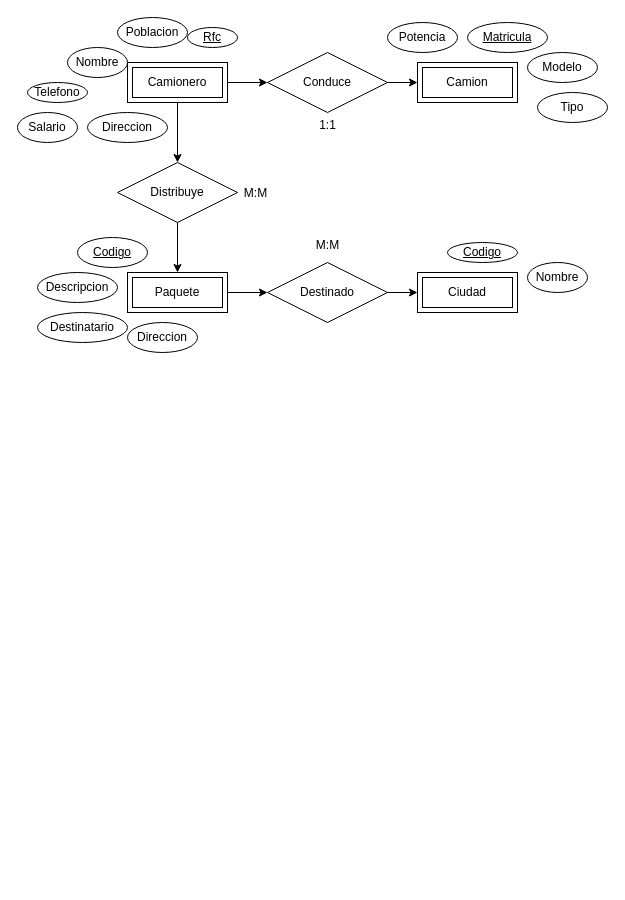
This is infotec/unoDe3.drawio from alensgamer/Infotec-Codes, a draw.io file, before an edit. Source tidied: cells renumbered, new cells numbered last; positions are measured from the earlier drawing's top-left corner, leaving out a move shared by most shapes. Both pictures are drawn from the tidied source at 100%, with x=0, y=0 at pixel (17, 17).
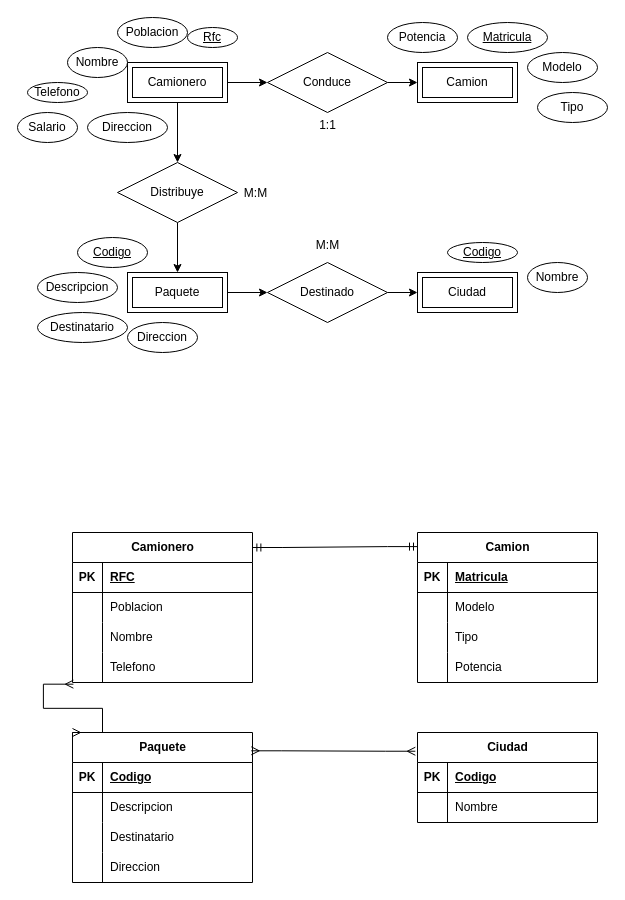
Above is the later version.

Change to the diagram source:
```diff
@@
+    <mxCell id="34" value="Paquete" style="shape=table;startSize=30;childLayout=tableLayout;rowLines=0;fontStyle=1;align=center;html=1;" parent="1" vertex="1">
+      <mxGeometry x="55" y="715" width="180" height="150" as="geometry" />
+    </mxCell>
+    <mxCell id="35" style="shape=tableRow;horizontal=0;startSize=0;swimlaneHead=0;swimlaneBody=0;fillColor=none;top=0;left=0;right=0;bottom=1;" parent="34" vertex="1">
+      <mxGeometry y="30" width="180" height="30" as="geometry" />
+    </mxCell>
+    <mxCell id="36" value="PK" style="shape=partialRectangle;fillColor=none;top=0;left=0;bottom=0;right=0;fontStyle=1;overflow=hidden;whiteSpace=wrap;html=1;" parent="35" vertex="1">
+      <mxGeometry width="30" height="30" as="geometry" />
+    </mxCell>
+    <mxCell id="37" value="Codigo" style="shape=partialRectangle;fillColor=none;top=0;left=0;bottom=0;right=0;align=left;spacingLeft=6;fontStyle=5;overflow=hidden;whiteSpace=wrap;html=1;" parent="35" vertex="1">
+      <mxGeometry x="30" width="150" height="30" as="geometry" />
+    </mxCell>
+    <mxCell id="38" style="shape=tableRow;horizontal=0;startSize=0;swimlaneHead=0;swimlaneBody=0;fillColor=none;top=0;left=0;right=0;bottom=0;" parent="34" vertex="1">
+      <mxGeometry y="60" width="180" height="30" as="geometry" />
+    </mxCell>
+    <mxCell id="39" style="shape=partialRectangle;fillColor=none;top=0;left=0;bottom=0;right=0;overflow=hidden;whiteSpace=wrap;html=1;" parent="38" vertex="1">
+      <mxGeometry width="30" height="30" as="geometry" />
+    </mxCell>
+    <mxCell id="40" value="Descripcion" style="shape=partialRectangle;fillColor=none;top=0;left=0;bottom=0;right=0;align=left;spacingLeft=6;overflow=hidden;whiteSpace=wrap;html=1;" parent="38" vertex="1">
+      <mxGeometry x="30" width="150" height="30" as="geometry" />
+    </mxCell>
+    <mxCell id="41" style="shape=tableRow;horizontal=0;startSize=0;swimlaneHead=0;swimlaneBody=0;fillColor=none;top=0;left=0;right=0;bottom=0;" parent="34" vertex="1">
+      <mxGeometry y="90" width="180" height="30" as="geometry" />
+    </mxCell>
+    <mxCell id="42" style="shape=partialRectangle;fillColor=none;top=0;left=0;bottom=0;right=0;overflow=hidden;whiteSpace=wrap;html=1;" parent="41" vertex="1">
+      <mxGeometry width="30" height="30" as="geometry" />
+    </mxCell>
+    <mxCell id="43" value="Destinatario" style="shape=partialRectangle;fillColor=none;top=0;left=0;bottom=0;right=0;align=left;spacingLeft=6;overflow=hidden;whiteSpace=wrap;html=1;" parent="41" vertex="1">
+      <mxGeometry x="30" width="150" height="30" as="geometry" />
+    </mxCell>
+    <mxCell id="44" style="shape=tableRow;horizontal=0;startSize=0;swimlaneHead=0;swimlaneBody=0;fillColor=none;top=0;left=0;right=0;bottom=0;" parent="34" vertex="1">
+      <mxGeometry y="120" width="180" height="30" as="geometry" />
+    </mxCell>
+    <mxCell id="45" style="shape=partialRectangle;fillColor=none;top=0;left=0;bottom=0;right=0;overflow=hidden;whiteSpace=wrap;html=1;" parent="44" vertex="1">
+      <mxGeometry width="30" height="30" as="geometry" />
+    </mxCell>
+    <mxCell id="46" value="Direccion" style="shape=partialRectangle;fillColor=none;top=0;left=0;bottom=0;right=0;align=left;spacingLeft=6;overflow=hidden;whiteSpace=wrap;html=1;" parent="44" vertex="1">
+      <mxGeometry x="30" width="150" height="30" as="geometry" />
+    </mxCell>
+    <mxCell id="47" value="Camion" style="shape=table;startSize=30;childLayout=tableLayout;rowLines=0;fontStyle=1;align=center;html=1;" parent="1" vertex="1">
+      <mxGeometry x="400" y="515" width="180" height="150" as="geometry" />
+    </mxCell>
+    <mxCell id="48" style="shape=tableRow;horizontal=0;startSize=0;swimlaneHead=0;swimlaneBody=0;fillColor=none;top=0;left=0;right=0;bottom=1;" parent="47" vertex="1">
+      <mxGeometry y="30" width="180" height="30" as="geometry" />
+    </mxCell>
+    <mxCell id="49" value="PK" style="shape=partialRectangle;fillColor=none;top=0;left=0;bottom=0;right=0;fontStyle=1;overflow=hidden;whiteSpace=wrap;html=1;" parent="48" vertex="1">
+      <mxGeometry width="30" height="30" as="geometry" />
+    </mxCell>
+    <mxCell id="50" value="Matricula" style="shape=partialRectangle;fillColor=none;top=0;left=0;bottom=0;right=0;align=left;spacingLeft=6;fontStyle=5;overflow=hidden;whiteSpace=wrap;html=1;" parent="48" vertex="1">
+      <mxGeometry x="30" width="150" height="30" as="geometry" />
+    </mxCell>
+    <mxCell id="51" style="shape=tableRow;horizontal=0;startSize=0;swimlaneHead=0;swimlaneBody=0;fillColor=none;top=0;left=0;right=0;bottom=0;" parent="47" vertex="1">
+      <mxGeometry y="60" width="180" height="30" as="geometry" />
+    </mxCell>
+    <mxCell id="52" style="shape=partialRectangle;fillColor=none;top=0;left=0;bottom=0;right=0;overflow=hidden;whiteSpace=wrap;html=1;" parent="51" vertex="1">
+      <mxGeometry width="30" height="30" as="geometry" />
+    </mxCell>
+    <mxCell id="53" value="Modelo" style="shape=partialRectangle;fillColor=none;top=0;left=0;bottom=0;right=0;align=left;spacingLeft=6;overflow=hidden;whiteSpace=wrap;html=1;" parent="51" vertex="1">
+      <mxGeometry x="30" width="150" height="30" as="geometry" />
+    </mxCell>
+    <mxCell id="54" style="shape=tableRow;horizontal=0;startSize=0;swimlaneHead=0;swimlaneBody=0;fillColor=none;top=0;left=0;right=0;bottom=0;" parent="47" vertex="1">
+      <mxGeometry y="90" width="180" height="30" as="geometry" />
+    </mxCell>
+    <mxCell id="55" style="shape=partialRectangle;fillColor=none;top=0;left=0;bottom=0;right=0;overflow=hidden;whiteSpace=wrap;html=1;" parent="54" vertex="1">
+      <mxGeometry width="30" height="30" as="geometry" />
+    </mxCell>
+    <mxCell id="56" value="Tipo" style="shape=partialRectangle;fillColor=none;top=0;left=0;bottom=0;right=0;align=left;spacingLeft=6;overflow=hidden;whiteSpace=wrap;html=1;" parent="54" vertex="1">
+      <mxGeometry x="30" width="150" height="30" as="geometry" />
+    </mxCell>
+    <mxCell id="57" style="shape=tableRow;horizontal=0;startSize=0;swimlaneHead=0;swimlaneBody=0;fillColor=none;top=0;left=0;right=0;bottom=0;" parent="47" vertex="1">
+      <mxGeometry y="120" width="180" height="30" as="geometry" />
+    </mxCell>
+    <mxCell id="58" style="shape=partialRectangle;fillColor=none;top=0;left=0;bottom=0;right=0;overflow=hidden;whiteSpace=wrap;html=1;" parent="57" vertex="1">
+      <mxGeometry width="30" height="30" as="geometry" />
+    </mxCell>
+    <mxCell id="59" value="Potencia" style="shape=partialRectangle;fillColor=none;top=0;left=0;bottom=0;right=0;align=left;spacingLeft=6;overflow=hidden;whiteSpace=wrap;html=1;" parent="57" vertex="1">
+      <mxGeometry x="30" width="150" height="30" as="geometry" />
+    </mxCell>
+    <mxCell id="60" value="Camionero" style="shape=table;startSize=30;childLayout=tableLayout;rowLines=0;fontStyle=1;align=center;html=1;" parent="1" vertex="1">
+      <mxGeometry x="55" y="515" width="180" height="150" as="geometry" />
+    </mxCell>
+    <mxCell id="61" style="shape=tableRow;horizontal=0;startSize=0;swimlaneHead=0;swimlaneBody=0;fillColor=none;top=0;left=0;right=0;bottom=1;" parent="60" vertex="1">
+      <mxGeometry y="30" width="180" height="30" as="geometry" />
+    </mxCell>
+    <mxCell id="62" value="PK" style="shape=partialRectangle;fillColor=none;top=0;left=0;bottom=0;right=0;fontStyle=1;overflow=hidden;whiteSpace=wrap;html=1;" parent="61" vertex="1">
+      <mxGeometry width="30" height="30" as="geometry" />
+    </mxCell>
+    <mxCell id="63" value="RFC" style="shape=partialRectangle;fillColor=none;top=0;left=0;bottom=0;right=0;align=left;spacingLeft=6;fontStyle=5;overflow=hidden;whiteSpace=wrap;html=1;" parent="61" vertex="1">
+      <mxGeometry x="30" width="150" height="30" as="geometry" />
+    </mxCell>
+    <mxCell id="64" style="shape=tableRow;horizontal=0;startSize=0;swimlaneHead=0;swimlaneBody=0;fillColor=none;top=0;left=0;right=0;bottom=0;" parent="60" vertex="1">
+      <mxGeometry y="60" width="180" height="30" as="geometry" />
+    </mxCell>
+    <mxCell id="65" style="shape=partialRectangle;fillColor=none;top=0;left=0;bottom=0;right=0;overflow=hidden;whiteSpace=wrap;html=1;" parent="64" vertex="1">
+      <mxGeometry width="30" height="30" as="geometry" />
+    </mxCell>
+    <mxCell id="66" value="Poblacion" style="shape=partialRectangle;fillColor=none;top=0;left=0;bottom=0;right=0;align=left;spacingLeft=6;overflow=hidden;whiteSpace=wrap;html=1;" parent="64" vertex="1">
+      <mxGeometry x="30" width="150" height="30" as="geometry" />
+    </mxCell>
+    <mxCell id="67" style="shape=tableRow;horizontal=0;startSize=0;swimlaneHead=0;swimlaneBody=0;fillColor=none;top=0;left=0;right=0;bottom=0;" parent="60" vertex="1">
+      <mxGeometry y="90" width="180" height="30" as="geometry" />
+    </mxCell>
+    <mxCell id="68" style="shape=partialRectangle;fillColor=none;top=0;left=0;bottom=0;right=0;overflow=hidden;whiteSpace=wrap;html=1;" parent="67" vertex="1">
+      <mxGeometry width="30" height="30" as="geometry" />
+    </mxCell>
+    <mxCell id="69" value="Nombre" style="shape=partialRectangle;fillColor=none;top=0;left=0;bottom=0;right=0;align=left;spacingLeft=6;overflow=hidden;whiteSpace=wrap;html=1;" parent="67" vertex="1">
+      <mxGeometry x="30" width="150" height="30" as="geometry" />
+    </mxCell>
+    <mxCell id="70" style="shape=tableRow;horizontal=0;startSize=0;swimlaneHead=0;swimlaneBody=0;fillColor=none;points=[[0,0.5],[1,0.5]];portConstraint=eastwest;top=0;left=0;right=0;bottom=0;" parent="60" vertex="1">
+      <mxGeometry y="120" width="180" height="30" as="geometry" />
+    </mxCell>
+    <mxCell id="71" style="shape=partialRectangle;fillColor=none;top=0;left=0;bottom=0;right=0;overflow=hidden;whiteSpace=wrap;html=1;" parent="70" vertex="1">
+      <mxGeometry width="30" height="30" as="geometry" />
+    </mxCell>
+    <mxCell id="72" value="Telefono" style="shape=partialRectangle;fillColor=none;top=0;left=0;bottom=0;right=0;align=left;spacingLeft=6;overflow=hidden;whiteSpace=wrap;html=1;" parent="70" vertex="1">
+      <mxGeometry x="30" width="150" height="30" as="geometry" />
+    </mxCell>
+    <mxCell id="73" style="group;" parent="1" vertex="1">
+      <mxGeometry x="400" y="715" width="180" height="120" as="geometry" />
+    </mxCell>
+    <mxCell id="74" value="Ciudad" style="shape=table;startSize=30;childLayout=tableLayout;rowLines=0;fontStyle=1;align=center;html=1;" parent="73" vertex="1">
+      <mxGeometry width="180" height="90" as="geometry" />
+    </mxCell>
+    <mxCell id="75" style="shape=tableRow;horizontal=0;startSize=0;swimlaneHead=0;swimlaneBody=0;fillColor=none;top=0;left=0;right=0;bottom=1;" parent="74" vertex="1">
+      <mxGeometry y="30" width="180" height="30" as="geometry" />
+    </mxCell>
+    <mxCell id="76" value="PK" style="shape=partialRectangle;fillColor=none;top=0;left=0;bottom=0;right=0;fontStyle=1;overflow=hidden;whiteSpace=wrap;html=1;" parent="75" vertex="1">
+      <mxGeometry width="30" height="30" as="geometry" />
+    </mxCell>
+    <mxCell id="77" value="Codigo" style="shape=partialRectangle;fillColor=none;top=0;left=0;bottom=0;right=0;align=left;spacingLeft=6;fontStyle=5;overflow=hidden;whiteSpace=wrap;html=1;" parent="75" vertex="1">
+      <mxGeometry x="30" width="150" height="30" as="geometry" />
+    </mxCell>
+    <mxCell id="78" style="shape=tableRow;horizontal=0;startSize=0;swimlaneHead=0;swimlaneBody=0;fillColor=none;top=0;left=0;right=0;bottom=0;" parent="74" vertex="1">
+      <mxGeometry y="60" width="180" height="30" as="geometry" />
+    </mxCell>
+    <mxCell id="79" style="shape=partialRectangle;fillColor=none;top=0;left=0;bottom=0;right=0;overflow=hidden;whiteSpace=wrap;html=1;" parent="78" vertex="1">
+      <mxGeometry width="30" height="30" as="geometry" />
+    </mxCell>
+    <mxCell id="80" value="Nombre" style="shape=partialRectangle;fillColor=none;top=0;left=0;bottom=0;right=0;align=left;spacingLeft=6;overflow=hidden;whiteSpace=wrap;html=1;" parent="78" vertex="1">
+      <mxGeometry x="30" width="150" height="30" as="geometry" />
+    </mxCell>
+    <mxCell id="81" style="edgeStyle=entityRelationEdgeStyle;fontSize=12;html=1;endArrow=ERmandOne;startArrow=ERmandOne;rounded=0;exitX=1.002;exitY=0.1;exitDx=0;exitDy=0;exitPerimeter=0;entryX=0;entryY=0.094;entryDx=0;entryDy=0;entryPerimeter=0;" parent="1" edge="1" source="60" target="47">
+      <mxGeometry relative="1" as="geometry" />
+    </mxCell>
+    <mxCell id="82" style="edgeStyle=entityRelationEdgeStyle;fontSize=12;html=1;endArrow=ERmany;startArrow=ERmany;rounded=0;entryX=0;entryY=0;entryDx=0;entryDy=0;exitX=0.005;exitY=1.056;exitDx=0;exitDy=0;exitPerimeter=0;" parent="1" edge="1" source="70" target="34">
+      <mxGeometry relative="1" as="geometry" />
+    </mxCell>
+    <mxCell id="83" style="edgeStyle=entityRelationEdgeStyle;fontSize=12;html=1;endArrow=ERmany;startArrow=ERmany;rounded=0;exitX=0.993;exitY=0.122;exitDx=0;exitDy=0;exitPerimeter=0;entryX=-0.012;entryY=0.208;entryDx=0;entryDy=0;entryPerimeter=0;" parent="1" edge="1" source="34" target="74">
+      <mxGeometry relative="1" as="geometry" />
+    </mxCell>
```
